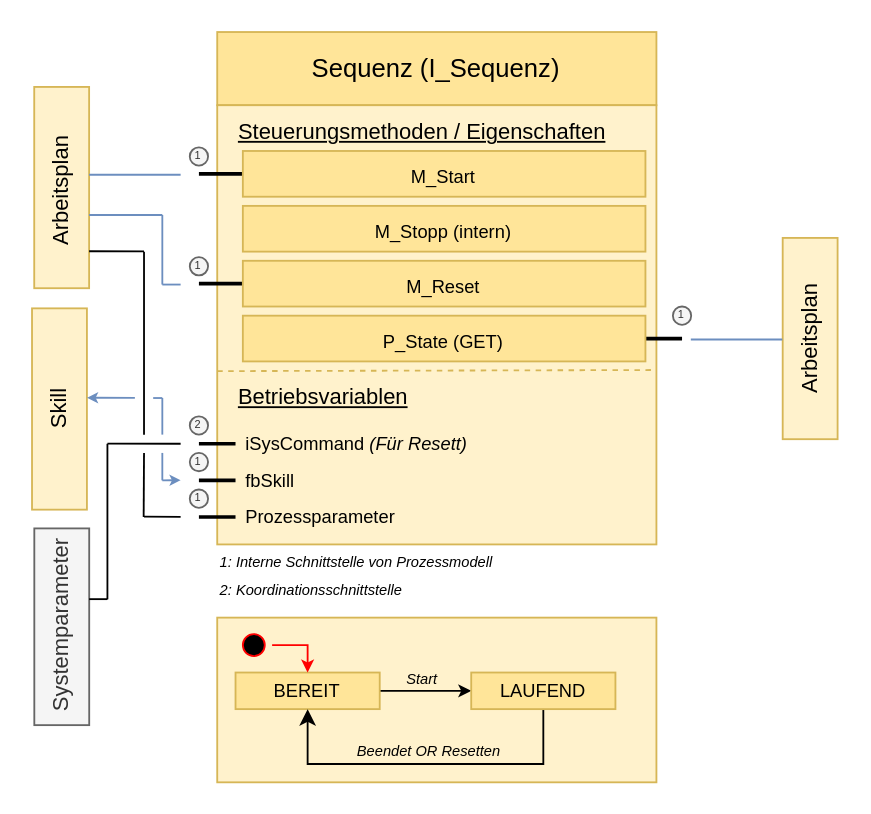
This is 04_Umsetzung/07_Arbeistpaket_7/01_Skizzen/SequenzSchnittstellen_V2.drawio from MrZabalu/MasterThesis, a draw.io file, before an edit. Source tidied: cells renumbered, new cells numbered last; positions are measured from the earlier drawing's top-left corner, leaving out a move shared by most shapes. Both pictures are drawn from the tidied source at 183%, with x=0, y=0 at pixel (-42, 31).
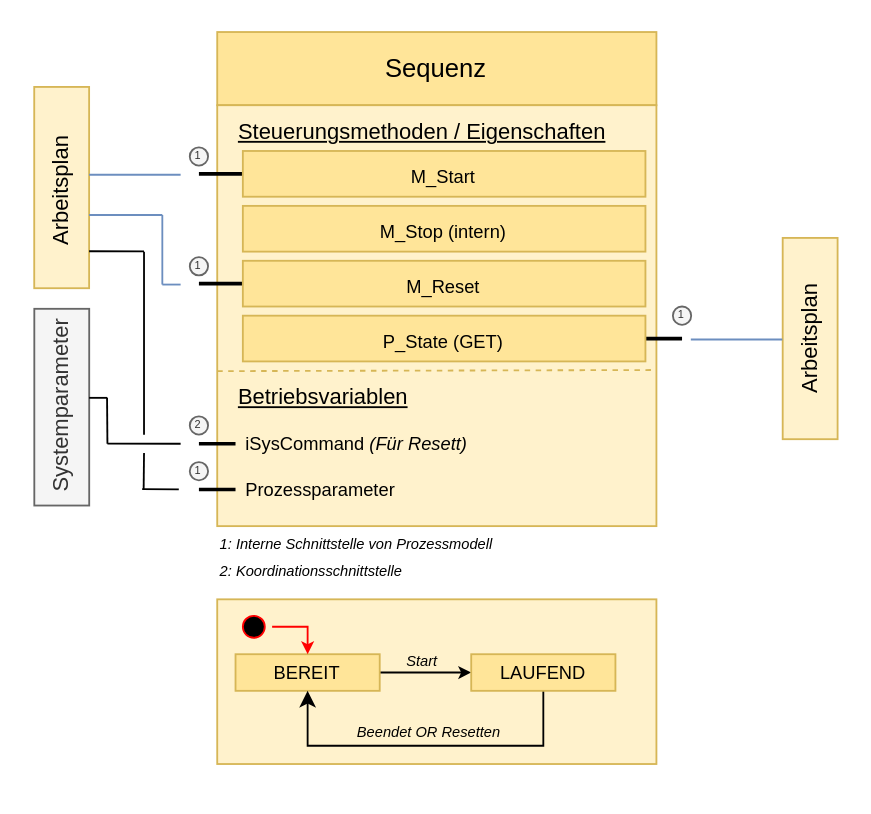
The same diagram, later.

Change to the diagram source:
```diff
@@
-    <mxCell id="2" value="Sequenz (I_Sequenz)" style="rounded=0;whiteSpace=wrap;html=1;fillColor=#FFE599;strokeColor=#d6b656;fontSize=14;" parent="1" vertex="1">
+    <mxCell id="2" value="Sequenz" style="rounded=0;whiteSpace=wrap;html=1;fillColor=#FFE599;strokeColor=#d6b656;fontSize=14;" parent="1" vertex="1">
       <mxGeometry x="141.2" width="240" height="40" as="geometry" />
     </mxCell>
     <mxCell id="3" style="rounded=0;whiteSpace=wrap;html=1;fillColor=#fff2cc;strokeColor=#d6b656;" parent="1" vertex="1">
-      <mxGeometry x="141.2" y="40" width="240" height="240" as="geometry" />
+      <mxGeometry x="141.2" y="40" width="240" height="230" as="geometry" />
     </mxCell>
@@
-    <mxCell id="14" style="rounded=0;whiteSpace=wrap;html=1;fillColor=none;strokeColor=none;" parent="1" vertex="1">
-      <mxGeometry x="151.2" y="235" width="220" height="20" as="geometry" />
-    </mxCell>
-    <mxCell id="15" style="endArrow=none;html=1;rounded=0;strokeWidth=2;" parent="1" edge="1" source="14">
-      <mxGeometry relative="1" as="geometry">
-        <mxPoint x="131.2" y="245" as="targetPoint" />
-      </mxGeometry>
-    </mxCell>
-    <mxCell id="16" value="fbSkill" style="text;html=1;align=left;verticalAlign=middle;whiteSpace=wrap;rounded=0;fontStyle=0;fontSize=10;" parent="1" vertex="1">
-      <mxGeometry x="155.2" y="240" width="76" height="10" as="geometry" />
-    </mxCell>
@@
-    <mxCell id="22" value="Skill" style="rounded=0;whiteSpace=wrap;html=1;rotation=-90;fillColor=#fff2cc;strokeColor=#d6b656;" parent="1" vertex="1">
-      <mxGeometry y="191" width="110" height="30" as="geometry" />
-    </mxCell>
     <mxCell id="23" value="Systemparameter" style="rounded=0;whiteSpace=wrap;html=1;rotation=-90;fillColor=#f5f5f5;fontColor=#333333;strokeColor=#666666;" parent="1" vertex="1">
-      <mxGeometry x="2.5" y="310" width="107.5" height="30" as="geometry" />
+      <mxGeometry x="2.5" y="190" width="107.5" height="30" as="geometry" />
     </mxCell>
-    <mxCell id="24" style="endArrow=classic;html=1;rounded=0;endFill=1;startSize=4;endSize=3;fillColor=#dae8fc;strokeColor=#6c8ebf;" parent="1" edge="1">
-      <mxGeometry relative="1" as="geometry">
-        <mxPoint x="111.2" y="245" as="sourcePoint" />
-        <mxPoint x="121.2" y="244.9" as="targetPoint" />
-      </mxGeometry>
-    </mxCell>
@@
     <mxCell id="26" style="endArrow=none;html=1;rounded=0;" parent="1" edge="1">
       <mxGeometry relative="1" as="geometry">
         <mxPoint x="81.2" y="225" as="sourcePoint" />
-        <mxPoint x="81.2" y="310" as="targetPoint" />
+        <mxPoint x="81" y="200" as="targetPoint" />
       </mxGeometry>
     </mxCell>
     <mxCell id="27" style="endArrow=none;html=1;rounded=0;" parent="1" edge="1">
       <mxGeometry relative="1" as="geometry">
-        <mxPoint x="81.2" y="309.9" as="sourcePoint" />
-        <mxPoint x="71.2" y="309.9" as="targetPoint" />
+        <mxPoint x="81.2" y="199.9" as="sourcePoint" />
+        <mxPoint x="71.2" y="199.9" as="targetPoint" />
       </mxGeometry>
     </mxCell>
     <mxCell id="28" style="endArrow=none;html=1;rounded=0;fillColor=#dae8fc;strokeColor=#000000;" parent="1" edge="1">
       <mxGeometry relative="1" as="geometry">
-        <mxPoint x="101.2" y="264.8" as="sourcePoint" />
-        <mxPoint x="121.2" y="264.9" as="targetPoint" />
+        <mxPoint x="100.2" y="249.8" as="sourcePoint" />
+        <mxPoint x="120.2" y="249.9" as="targetPoint" />
       </mxGeometry>
     </mxCell>
     <mxCell id="29" style="endArrow=none;html=1;rounded=0;fillColor=#dae8fc;strokeColor=#000000;" parent="1" edge="1">
       <mxGeometry relative="1" as="geometry">
         <mxPoint x="101.2" y="230" as="sourcePoint" />
-        <mxPoint x="101" y="265" as="targetPoint" />
+        <mxPoint x="101" y="250" as="targetPoint" />
       </mxGeometry>
     </mxCell>
@@
-    <mxCell id="33" value="1" style="ellipse;whiteSpace=wrap;html=1;fontSize=6;fillColor=#f5f5f5;fontColor=#333333;strokeColor=#666666;" parent="1" vertex="1">
-      <mxGeometry x="126.2" y="230" width="10" height="10" as="geometry" />
-    </mxCell>
@@
-    <mxCell id="37" value="&lt;font style=&quot;font-size: 10px;&quot;&gt;M_Stopp (intern)&lt;/font&gt;" style="rounded=0;whiteSpace=wrap;html=1;fillColor=#FFE599;strokeColor=#d6b656;fontSize=14;" parent="1" vertex="1">
+    <mxCell id="37" value="&lt;font style=&quot;font-size: 10px;&quot;&gt;M_Stop (intern)&lt;/font&gt;" style="rounded=0;whiteSpace=wrap;html=1;fillColor=#FFE599;strokeColor=#d6b656;fontSize=14;" parent="1" vertex="1">
       <mxGeometry x="155.2" y="95" width="220" height="25" as="geometry" />
     </mxCell>
@@
-    <mxCell id="44" style="endArrow=none;html=1;rounded=0;fillColor=#dae8fc;strokeColor=#6c8ebf;" parent="1" edge="1">
-      <mxGeometry relative="1" as="geometry">
-        <mxPoint x="111.2" y="245" as="sourcePoint" />
-        <mxPoint x="111.2" y="230" as="targetPoint" />
-      </mxGeometry>
-    </mxCell>
-    <mxCell id="45" style="endArrow=none;html=1;rounded=0;fillColor=#dae8fc;strokeColor=#6c8ebf;" parent="1" edge="1">
-      <mxGeometry relative="1" as="geometry">
-        <mxPoint x="111.2" y="220" as="sourcePoint" />
-        <mxPoint x="111.2" y="200" as="targetPoint" />
-      </mxGeometry>
-    </mxCell>
-    <mxCell id="46" style="endArrow=none;html=1;rounded=0;fillColor=#dae8fc;strokeColor=#6c8ebf;" parent="1" edge="1">
-      <mxGeometry relative="1" as="geometry">
-        <mxPoint x="106.2" y="200" as="sourcePoint" />
-        <mxPoint x="111.2" y="200" as="targetPoint" />
-      </mxGeometry>
-    </mxCell>
-    <mxCell id="47" style="endArrow=none;html=1;rounded=0;exitX=0.556;exitY=1.002;exitDx=0;exitDy=0;exitPerimeter=0;endFill=0;startArrow=classic;startFill=1;endSize=9;startSize=3;fillColor=#dae8fc;strokeColor=#6c8ebf;" parent="1" edge="1" source="22">
-      <mxGeometry relative="1" as="geometry">
-        <mxPoint x="96.2" y="199.9" as="targetPoint" />
-      </mxGeometry>
-    </mxCell>
@@
     <mxCell id="51" style="rounded=0;whiteSpace=wrap;html=1;fillColor=#fff2cc;strokeColor=#d6b656;" parent="1" vertex="1">
-      <mxGeometry x="141.2" y="320" width="240" height="90" as="geometry" />
+      <mxGeometry x="141.2" y="310" width="240" height="90" as="geometry" />
     </mxCell>
@@
     <mxCell id="53" value="&lt;font&gt;BEREIT&lt;/font&gt;" style="rounded=0;whiteSpace=wrap;html=1;fillColor=#FFE599;strokeColor=#d6b656;fontSize=10;" parent="1" vertex="1">
-      <mxGeometry x="151.2" y="350" width="78.8" height="20" as="geometry" />
+      <mxGeometry x="151.2" y="340" width="78.8" height="20" as="geometry" />
     </mxCell>
     <mxCell id="54" style="edgeStyle=orthogonalEdgeStyle;rounded=0;jettySize=auto;html=1;entryX=0.5;entryY=1;entryDx=0;entryDy=0;" parent="1" edge="1" source="55" target="53">
       <mxGeometry relative="1" as="geometry">
         <Array as="points">
-          <mxPoint x="319" y="400" />
-          <mxPoint x="191" y="400" />
+          <mxPoint x="319" y="390" />
+          <mxPoint x="191" y="390" />
         </Array>
       </mxGeometry>
     </mxCell>
     <mxCell id="55" value="&lt;font&gt;LAUFEND&lt;/font&gt;" style="rounded=0;whiteSpace=wrap;html=1;fillColor=#FFE599;strokeColor=#d6b656;fontSize=10;" parent="1" vertex="1">
-      <mxGeometry x="280" y="350" width="78.8" height="20" as="geometry" />
+      <mxGeometry x="280" y="340" width="78.8" height="20" as="geometry" />
     </mxCell>
     <mxCell id="56" style="ellipse;html=1;shape=startState;fillColor=#000000;strokeColor=#ff0000;" parent="1" vertex="1">
-      <mxGeometry x="151.2" y="325" width="20" height="20" as="geometry" />
+      <mxGeometry x="151.2" y="315" width="20" height="20" as="geometry" />
     </mxCell>
     <mxCell id="57" style="edgeStyle=orthogonalEdgeStyle;html=1;verticalAlign=bottom;endArrow=classic;endSize=4;strokeColor=#ff0000;rounded=0;endFill=1;entryX=0.5;entryY=0;entryDx=0;entryDy=0;exitX=1;exitY=0.5;exitDx=0;exitDy=0;" parent="1" edge="1" source="56" target="53">
       <mxGeometry relative="1" as="geometry">
         <Array as="points">
-          <mxPoint x="191" y="335" />
+          <mxPoint x="191" y="325" />
         </Array>
       </mxGeometry>
     </mxCell>
     <mxCell id="58" value="&lt;span style=&quot;font-size: 8px;&quot;&gt;&lt;i&gt;Beendet OR Resetten&lt;/i&gt;&lt;/span&gt;" style="text;whiteSpace=wrap;html=1;spacing=0;" parent="1" vertex="1">
-      <mxGeometry x="217.6" y="380" width="80" height="20" as="geometry" />
+      <mxGeometry x="217.6" y="370" width="80" height="20" as="geometry" />
     </mxCell>
     <mxCell id="59" value="&lt;span style=&quot;font-size: 8px;&quot;&gt;&lt;i&gt;Start&lt;/i&gt;&lt;/span&gt;" style="text;whiteSpace=wrap;html=1;spacing=0;" parent="1" vertex="1">
-      <mxGeometry x="245.2" y="341" width="30" height="20" as="geometry" />
+      <mxGeometry x="245.2" y="331" width="30" height="20" as="geometry" />
     </mxCell>
     <mxCell id="60" style="rounded=0;whiteSpace=wrap;html=1;fillColor=none;strokeColor=none;" parent="1" vertex="1">
-      <mxGeometry x="151.2" y="255" width="220" height="20" as="geometry" />
+      <mxGeometry x="151.2" y="240" width="220" height="20" as="geometry" />
     </mxCell>
     <mxCell id="61" style="endArrow=none;html=1;rounded=0;strokeWidth=2;" parent="1" edge="1" source="60">
       <mxGeometry relative="1" as="geometry">
-        <mxPoint x="131.2" y="265" as="targetPoint" />
+        <mxPoint x="131.2" y="250" as="targetPoint" />
       </mxGeometry>
     </mxCell>
     <mxCell id="62" value="Prozessparameter&amp;nbsp;" style="text;html=1;align=left;verticalAlign=middle;whiteSpace=wrap;rounded=0;fontStyle=0;fontSize=10;" parent="1" vertex="1">
-      <mxGeometry x="155.2" y="260" width="76" height="10" as="geometry" />
+      <mxGeometry x="155.2" y="245" width="76" height="10" as="geometry" />
     </mxCell>
     <mxCell id="63" value="1" style="ellipse;whiteSpace=wrap;html=1;fontSize=6;fillColor=#f5f5f5;fontColor=#333333;strokeColor=#666666;" parent="1" vertex="1">
-      <mxGeometry x="126.2" y="250" width="10" height="10" as="geometry" />
+      <mxGeometry x="126.2" y="235" width="10" height="10" as="geometry" />
     </mxCell>
     <mxCell id="64" value="2: Koordinationsschnittstelle" style="text;html=1;align=left;verticalAlign=middle;whiteSpace=wrap;rounded=0;fontSize=8;fontStyle=2;" parent="1" vertex="1">
-      <mxGeometry x="141.2" y="300" width="140" height="10" as="geometry" />
+      <mxGeometry x="141.2" y="290" width="140" height="10" as="geometry" />
     </mxCell>
     <mxCell id="65" value="1: Interne Schnittstelle von Prozessmodell" style="text;html=1;align=left;verticalAlign=middle;whiteSpace=wrap;rounded=0;fontSize=8;fontStyle=2;" parent="1" vertex="1">
-      <mxGeometry x="141.2" y="280" width="210" height="20" as="geometry" />
+      <mxGeometry x="141.2" y="270" width="210" height="20" as="geometry" />
     </mxCell>
```
